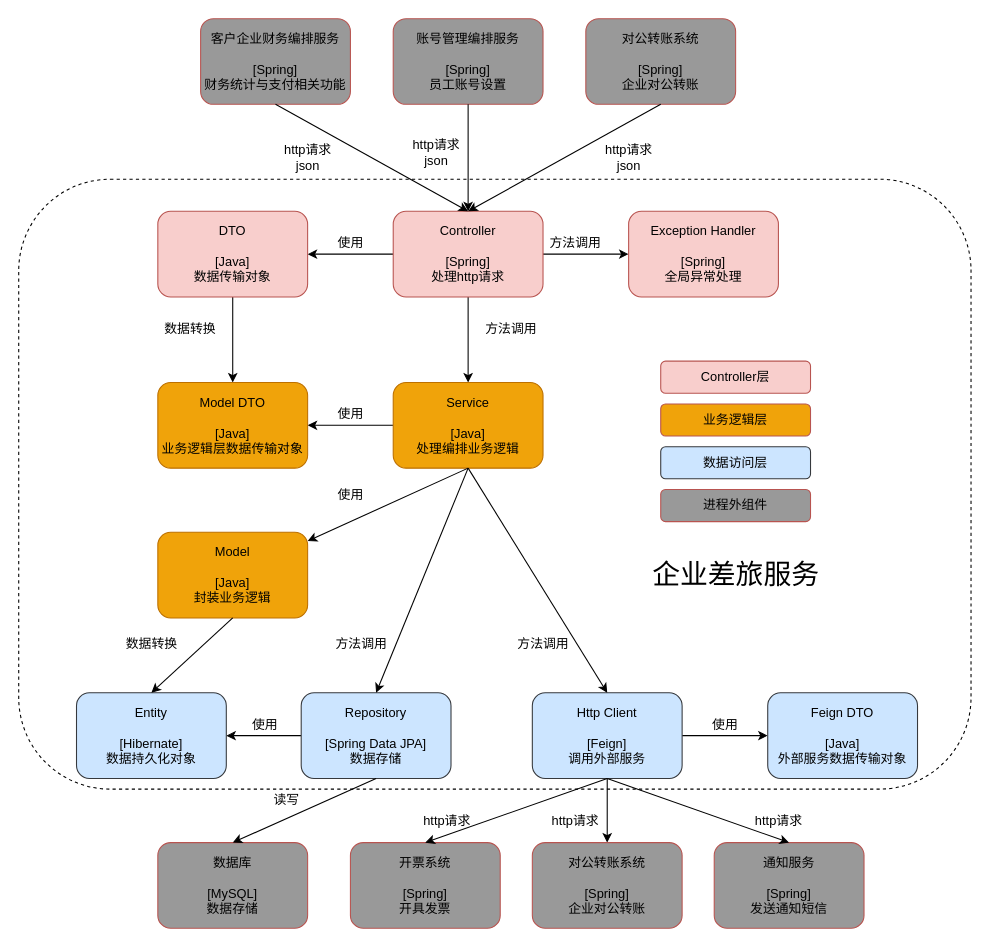
Earlier version of the draw.io diagram images/企业差旅服务.drawio (deesyx/heima). Source tidied: cells renumbered, new cells numbered last; positions are measured from the earlier drawing's top-left corner, leaving out a move shared by most shapes. Both pictures are drawn from the tidied source at 107%, with x=0, y=0 at pixel (18, 18).
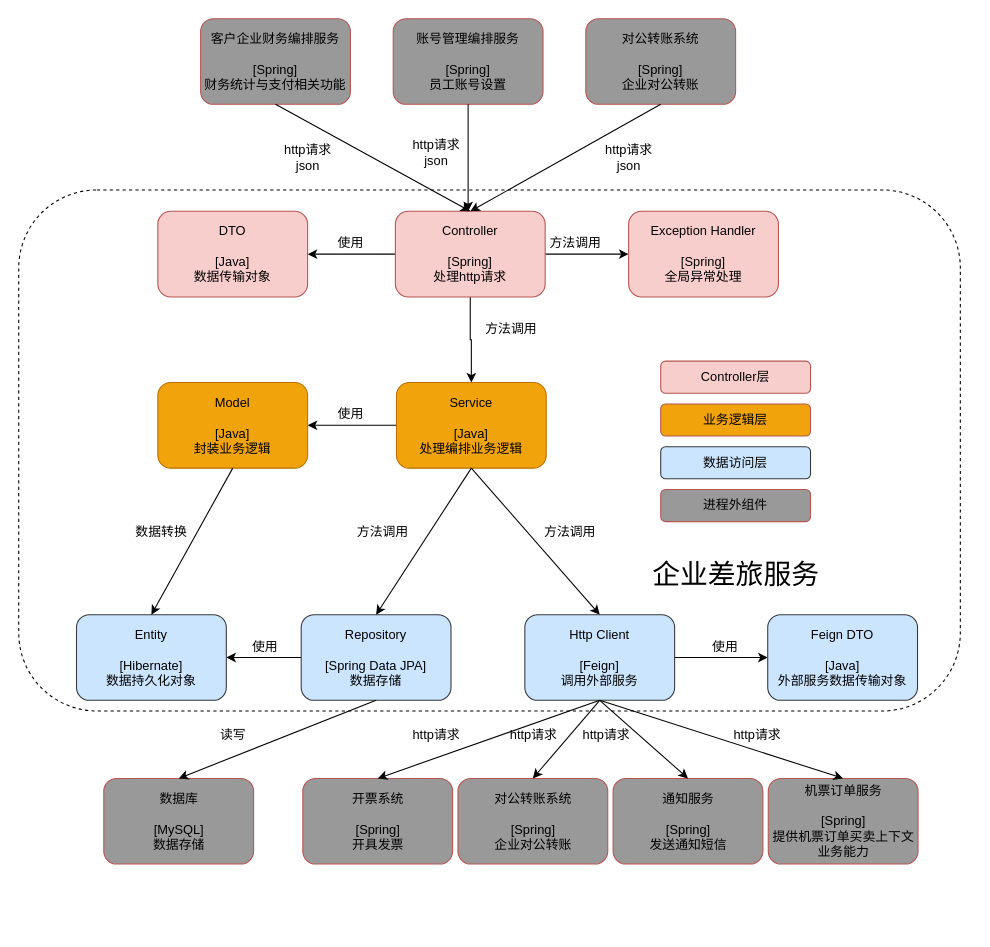
The same diagram, later.

The change refers to these unchanged cells:
```xml
<object id="8" label="%component%&lt;br&gt;&lt;br&gt;%tech%&lt;br&gt;%function%" component="DTO" function="数据传输对象" placeholders="1" tech="[Java]">
  <mxCell style="rounded=1;whiteSpace=wrap;html=1;fillColor=#f8cecc;noLabel=0;comic=0;strokeColor=#b85450;" parent="1" vertex="1">
    <mxGeometry x="130" y="180" width="140" height="80" as="geometry" />
  </mxCell>
</object>
```

Diff of the diagram source:
```diff
@@
     <mxCell id="2" style="rounded=1;whiteSpace=wrap;html=1;fontColor=#000000;fillColor=none;dashed=1;" parent="1" vertex="1">
-      <mxGeometry y="150" width="890" height="570" as="geometry" />
+      <mxGeometry y="160" width="880" height="487" as="geometry" />
     </mxCell>
@@
     <object id="6" label="%component%&lt;br&gt;&lt;br&gt;%tech%&lt;br&gt;%function%" component="Controller" function="处理http请求" placeholders="1" tech="[Spring]">
       <mxCell style="rounded=1;whiteSpace=wrap;html=1;fillColor=#f8cecc;noLabel=0;comic=0;strokeColor=#b85450;" parent="1" vertex="1">
-        <mxGeometry x="350" y="180" width="140" height="80" as="geometry" />
+        <mxGeometry x="352" y="180" width="140" height="80" as="geometry" />
       </mxCell>
     </object>
-    <mxCell id="7" style="edgeStyle=orthogonalEdgeStyle;rounded=0;jettySize=auto;html=1;fontColor=#000000;" parent="1" edge="1" source="8" target="26">
-      <mxGeometry relative="1" as="geometry" />
-    </mxCell>
@@
-    <mxCell id="13" style="edgeStyle=orthogonalEdgeStyle;rounded=0;jettySize=auto;html=1;fontColor=#000000;" parent="1" edge="1" source="14" target="26">
-      <mxGeometry relative="1" as="geometry" />
+    <mxCell id="13" style="edgeStyle=orthogonalEdgeStyle;rounded=0;jettySize=auto;html=1;fontColor=#000000;" parent="1" edge="1" source="14">
+      <mxGeometry relative="1" as="geometry">
+        <mxPoint x="270" y="380" as="targetPoint" />
+      </mxGeometry>
     </mxCell>
     <object id="14" label="%component%&lt;br&gt;&lt;br&gt;%tech%&lt;br&gt;%function%" component="Service" function="处理编排业务逻辑" placeholders="1" tech="[Java]">
       <mxCell style="rounded=1;whiteSpace=wrap;html=1;fillColor=#f0a30a;noLabel=0;comic=0;strokeColor=#BD7000;fontColor=#000000;" parent="1" vertex="1">
-        <mxGeometry x="350" y="340" width="140" height="80" as="geometry" />
+        <mxGeometry x="353" y="340" width="140" height="80" as="geometry" />
       </mxCell>
     </object>
     <object id="15" label="%component%&lt;br&gt;&lt;br&gt;%tech%&lt;br&gt;%function%" component="Model" function="封装业务逻辑" placeholders="1" tech="[Java]">
       <mxCell style="rounded=1;whiteSpace=wrap;html=1;fillColor=#f0a30a;noLabel=0;comic=0;strokeColor=#BD7000;fontColor=#000000;" parent="1" vertex="1">
-        <mxGeometry x="130" y="480" width="140" height="80" as="geometry" />
+        <mxGeometry x="130" y="340" width="140" height="80" as="geometry" />
       </mxCell>
     </object>
@@
-    <mxCell id="17" value="使用" style="text;html=1;align=center;verticalAlign=middle;strokeColor=none;fillColor=none;fontColor=#000000;" parent="1" vertex="1">
-      <mxGeometry x="290" y="435" width="40" height="20" as="geometry" />
-    </mxCell>
@@
     <object id="19" label="%component%&lt;br&gt;&lt;br&gt;%tech%&lt;br&gt;%function%" component="Repository" function="数据存储" placeholders="1" tech="[Spring Data JPA]">
       <mxCell style="rounded=1;whiteSpace=wrap;html=1;fillColor=#cce5ff;noLabel=0;comic=0;strokeColor=#36393d;" parent="1" vertex="1">
-        <mxGeometry x="264" y="630" width="140" height="80" as="geometry" />
+        <mxGeometry x="264" y="557" width="140" height="80" as="geometry" />
       </mxCell>
     </object>
     <object id="20" label="%component%&lt;br&gt;&lt;br&gt;%tech%&lt;br&gt;%function%" component="Entity" function="数据持久化对象" placeholders="1" tech="[Hibernate]">
       <mxCell style="rounded=1;whiteSpace=wrap;html=1;fillColor=#cce5ff;noLabel=0;comic=0;strokeColor=#36393d;" parent="1" vertex="1">
-        <mxGeometry x="54" y="630" width="140" height="80" as="geometry" />
+        <mxGeometry x="54" y="557" width="140" height="80" as="geometry" />
       </mxCell>
     </object>
     <mxCell id="21" value="使用" style="text;html=1;align=center;verticalAlign=middle;strokeColor=none;fillColor=none;fontColor=#000000;" parent="1" vertex="1">
-      <mxGeometry x="210" y="650" width="40" height="20" as="geometry" />
+      <mxGeometry x="210" y="577" width="40" height="20" as="geometry" />
     </mxCell>
@@
     <mxCell id="23" value="数据转换" style="text;html=1;align=center;verticalAlign=middle;strokeColor=none;fillColor=none;fontColor=#000000;" parent="1" vertex="1">
-      <mxGeometry x="94" y="575" width="60" height="20" as="geometry" />
+      <mxGeometry x="103" y="470" width="60" height="20" as="geometry" />
     </mxCell>
@@
     <mxCell id="25" value="方法调用" style="text;html=1;align=center;verticalAlign=middle;strokeColor=none;fillColor=none;fontColor=#000000;" parent="1" vertex="1">
-      <mxGeometry x="290" y="575" width="60" height="20" as="geometry" />
+      <mxGeometry x="310" y="470" width="60" height="20" as="geometry" />
     </mxCell>
-    <object id="26" label="%component%&lt;br&gt;&lt;br&gt;%tech%&lt;br&gt;%function%" component="Model DTO" function="业务逻辑层数据传输对象" placeholders="1" tech="[Java]">
-      <mxCell style="rounded=1;whiteSpace=wrap;html=1;fillColor=#f0a30a;noLabel=0;comic=0;strokeColor=#BD7000;fontColor=#000000;" parent="1" vertex="1">
-        <mxGeometry x="130" y="340" width="140" height="80" as="geometry" />
-      </mxCell>
-    </object>
-    <mxCell id="27" value="数据转换" style="text;html=1;align=center;verticalAlign=middle;strokeColor=none;fillColor=none;fontColor=#000000;" parent="1" vertex="1">
-      <mxGeometry x="130" y="280" width="60" height="20" as="geometry" />
-    </mxCell>
-    <mxCell id="28" style="endArrow=classic;html=1;rounded=0;fontColor=#000000;exitX=0.5;exitY=1;exitDx=0;exitDy=0;" parent="1" edge="1" source="14" target="15">
-      <mxGeometry relative="1" as="geometry" />
-    </mxCell>
@@
     <object id="35" label="%component%&lt;br&gt;&lt;br&gt;%tech%&lt;br&gt;%function%" component="数据库" function="数据存储" placeholders="1" tech="[MySQL]">
       <mxCell style="rounded=1;whiteSpace=wrap;html=1;fillColor=#999999;noLabel=0;comic=0;strokeColor=#b85450;" parent="1" vertex="1">
-        <mxGeometry x="130" y="770" width="140" height="80" as="geometry" />
+        <mxGeometry x="79.5" y="710" width="140" height="80" as="geometry" />
       </mxCell>
     </object>
     <mxCell id="36" value="读写" style="text;html=1;align=center;verticalAlign=middle;strokeColor=none;fillColor=none;fontColor=#000000;" parent="1" vertex="1">
-      <mxGeometry x="230" y="720" width="40" height="20" as="geometry" />
+      <mxGeometry x="179.5" y="660" width="40" height="20" as="geometry" />
     </mxCell>
-    <mxCell id="37" style="edgeStyle=orthogonalEdgeStyle;rounded=0;jettySize=auto;html=1;fontColor=#000000;" parent="1" edge="1" source="39" target="47">
-      <mxGeometry relative="1" as="geometry" />
-    </mxCell>
@@
     <object id="39" label="%component%&lt;br&gt;&lt;br&gt;%tech%&lt;br&gt;%function%" component="Http Client" function="调用外部服务" placeholders="1" tech="[Feign]">
       <mxCell style="rounded=1;whiteSpace=wrap;html=1;fillColor=#cce5ff;noLabel=0;comic=0;strokeColor=#36393d;" parent="1" vertex="1">
-        <mxGeometry x="480" y="630" width="140" height="80" as="geometry" />
+        <mxGeometry x="473" y="557" width="140" height="80" as="geometry" />
       </mxCell>
     </object>
@@
     <mxCell id="45" value="方法调用" style="text;html=1;align=center;verticalAlign=middle;strokeColor=none;fillColor=none;fontColor=#000000;" parent="1" vertex="1">
-      <mxGeometry x="460" y="575" width="60" height="20" as="geometry" />
+      <mxGeometry x="485" y="470" width="60" height="20" as="geometry" />
     </mxCell>
     <object id="46" label="%component%&lt;br&gt;&lt;br&gt;%tech%&lt;br&gt;%function%" component="开票系统" function="开具发票" placeholders="1" tech="[Spring]">
       <mxCell style="rounded=1;whiteSpace=wrap;html=1;fillColor=#999999;noLabel=0;comic=0;strokeColor=#b85450;" parent="1" vertex="1">
-        <mxGeometry x="310" y="770" width="140" height="80" as="geometry" />
+        <mxGeometry x="265.5" y="710" width="140" height="80" as="geometry" />
       </mxCell>
     </object>
     <object id="47" label="%component%&lt;br&gt;&lt;br&gt;%tech%&lt;br&gt;%function%" component="对公转账系统" function="企业对公转账" placeholders="1" tech="[Spring]">
       <mxCell style="rounded=1;whiteSpace=wrap;html=1;fillColor=#999999;noLabel=0;comic=0;strokeColor=#b85450;" parent="1" vertex="1">
-        <mxGeometry x="480" y="770" width="140" height="80" as="geometry" />
+        <mxGeometry x="410.5" y="710" width="140" height="80" as="geometry" />
       </mxCell>
     </object>
     <object id="48" label="%component%&lt;br&gt;&lt;br&gt;%tech%&lt;br&gt;%function%" component="通知服务" function="发送通知短信" placeholders="1" tech="[Spring]">
       <mxCell style="rounded=1;whiteSpace=wrap;html=1;fillColor=#999999;noLabel=0;comic=0;strokeColor=#b85450;" parent="1" vertex="1">
-        <mxGeometry x="650" y="770" width="140" height="80" as="geometry" />
+        <mxGeometry x="555.5" y="710" width="140" height="80" as="geometry" />
       </mxCell>
     </object>
@@
-    <mxCell id="50" style="endArrow=classic;html=1;rounded=0;fontColor=#000000;entryX=0.5;entryY=0;entryDx=0;entryDy=0;" parent="1" edge="1" target="48">
-      <mxGeometry relative="1" as="geometry">
-        <mxPoint x="550" y="710" as="sourcePoint" />
-      </mxGeometry>
-    </mxCell>
     <mxCell id="51" value="http请求" style="text;html=1;align=center;verticalAlign=middle;strokeColor=none;fillColor=none;fontColor=#000000;" parent="1" vertex="1">
-      <mxGeometry x="370" y="740" width="60" height="20" as="geometry" />
+      <mxGeometry x="360" y="660" width="60" height="20" as="geometry" />
     </mxCell>
     <mxCell id="52" value="http请求" style="text;html=1;align=center;verticalAlign=middle;strokeColor=none;fillColor=none;fontColor=#000000;" parent="1" vertex="1">
-      <mxGeometry x="490" y="740" width="60" height="20" as="geometry" />
+      <mxGeometry x="450.5" y="660" width="60" height="20" as="geometry" />
     </mxCell>
     <mxCell id="53" value="http请求" style="text;html=1;align=center;verticalAlign=middle;strokeColor=none;fillColor=none;fontColor=#000000;" parent="1" vertex="1">
-      <mxGeometry x="680" y="740" width="60" height="20" as="geometry" />
+      <mxGeometry x="518.5" y="660" width="60" height="20" as="geometry" />
     </mxCell>
     <object id="54" label="%component%&lt;br&gt;&lt;br&gt;%tech%&lt;br&gt;%function%" component="Feign DTO" function="外部服务数据传输对象" placeholders="1" tech="[Java]">
       <mxCell style="rounded=1;whiteSpace=wrap;html=1;fillColor=#cce5ff;noLabel=0;comic=0;strokeColor=#36393d;" parent="1" vertex="1">
-        <mxGeometry x="700" y="630" width="140" height="80" as="geometry" />
+        <mxGeometry x="700" y="557" width="140" height="80" as="geometry" />
       </mxCell>
     </object>
     <mxCell id="55" value="使用" style="text;html=1;align=center;verticalAlign=middle;strokeColor=none;fillColor=none;fontColor=#000000;" parent="1" vertex="1">
-      <mxGeometry x="640" y="650" width="40" height="20" as="geometry" />
+      <mxGeometry x="640" y="577" width="40" height="20" as="geometry" />
     </mxCell>
@@
+    <mxCell id="37" style="endArrow=classic;html=1;rounded=0;fontSize=26;fontColor=#000000;exitX=0.5;exitY=1;exitDx=0;exitDy=0;entryX=0.5;entryY=0;entryDx=0;entryDy=0;" parent="1" edge="1" source="39" target="47">
+      <mxGeometry relative="1" as="geometry" />
+    </mxCell>
+    <object id="61" label="%component%&lt;br&gt;&lt;br&gt;%tech%&lt;br&gt;%function%" component="机票订单服务" function="提供机票订单买卖上下文业务能力" placeholders="1" tech="[Spring]">
+      <mxCell style="rounded=1;whiteSpace=wrap;html=1;fillColor=#999999;noLabel=0;comic=0;strokeColor=#b85450;" parent="1" vertex="1">
+        <mxGeometry x="700.5" y="710" width="140" height="80" as="geometry" />
+      </mxCell>
+    </object>
+    <mxCell id="62" style="endArrow=classic;html=1;rounded=0;fontSize=26;fontColor=#000000;entryX=0.5;entryY=0;entryDx=0;entryDy=0;exitX=0.5;exitY=1;exitDx=0;exitDy=0;" parent="1" edge="1" source="39" target="61">
+      <mxGeometry relative="1" as="geometry" />
+    </mxCell>
+    <mxCell id="63" style="endArrow=classic;html=1;rounded=0;fontSize=26;fontColor=#000000;entryX=0.5;entryY=0;entryDx=0;entryDy=0;exitX=0.5;exitY=1;exitDx=0;exitDy=0;" parent="1" edge="1" source="39" target="48">
+      <mxGeometry relative="1" as="geometry" />
+    </mxCell>
+    <mxCell id="64" value="http请求" style="text;html=1;align=center;verticalAlign=middle;strokeColor=none;fillColor=none;fontColor=#000000;" parent="1" vertex="1">
+      <mxGeometry x="660" y="660" width="60" height="20" as="geometry" />
+    </mxCell>
```
